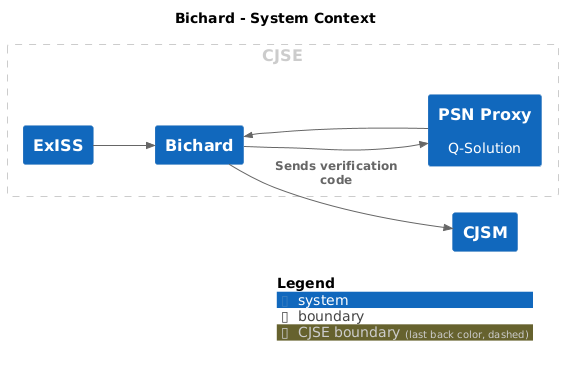
Before: main/png/BichardSystemContext.png, a diagram exported from PlantUML (ministryofjustice/bichard7-next-core).
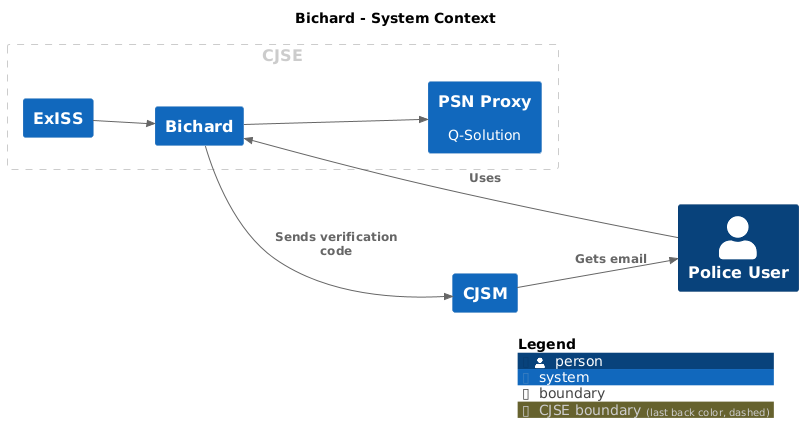
After the change.

The edit, as a diff of the source:
```diff
@@ -14,10 +14,12 @@
   System(ExISS, "ExISS", $descr="", $tags="", $link="")
 }
 
+Person(PoliceUser, "Police User", $descr="", $tags="", $link="")
 System(CJSM, "CJSM", $descr="", $tags="", $link="")
 
+Rel(PoliceUser, Bichard, "Uses", $techn="", $tags="", $link="")
+Rel(CJSM, PoliceUser, "Gets email", $techn="", $tags="", $link="")
 Rel(Bichard, PSNProxy, "", $techn="", $tags="", $link="")
-Rel(PSNProxy, Bichard, "", $techn="", $tags="", $link="")
 Rel(Bichard, CJSM, "Sends verification code", $techn="", $tags="", $link="")
 Rel(ExISS, Bichard, "", $techn="", $tags="", $link="")
 
```
